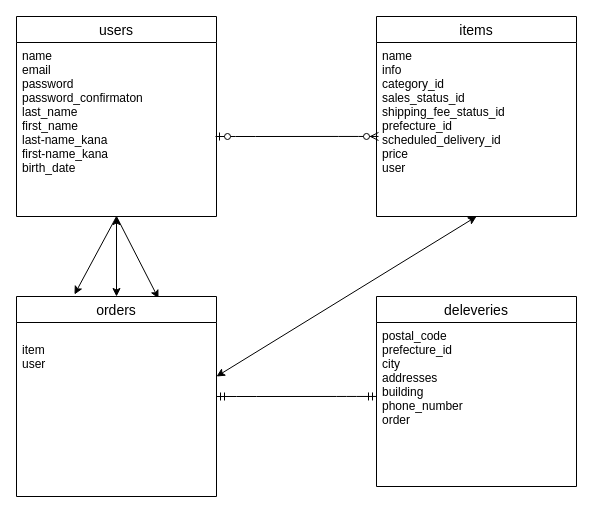
This is page "ページ1" (1 of 2) of test.dio from atumaru/furima-33939, a draw.io file, before an edit. Source tidied: cells renumbered, new cells numbered last; positions are measured from the earlier drawing's top-left corner, leaving out a move shared by most shapes. Both pictures are drawn from the tidied source at 100%, with x=0, y=0 at pixel (16, 16).
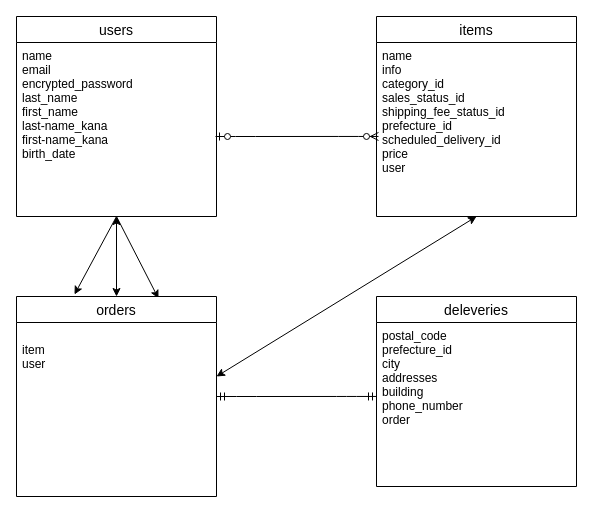
The same diagram, later.

Unchanged cells that the change refers to:
```xml
<mxCell id="4" value="users" style="swimlane;fontStyle=0;horizontal=1;startSize=26;align=center;fontSize=14;" parent="1" vertex="1">
  <mxGeometry width="200" height="200" as="geometry" />
</mxCell>
```

The edit, as a diff of the source:
```diff
@@
-    <mxCell id="5" value="name&#10;email&#10;password&#10;password_confirmaton&#10;last_name&#10;first_name&#10;last-name_kana&#10;first-name_kana&#10;birth_date&#10;" style="text;strokeColor=none;fillColor=none;spacingLeft=4;spacingRight=4;overflow=hidden;fontSize=12;" parent="4" vertex="1">
+    <mxCell id="5" value="name&#10;email&#10;encrypted_password&#10;last_name&#10;first_name&#10;last-name_kana&#10;first-name_kana&#10;birth_date&#10;" style="text;strokeColor=none;fillColor=none;spacingLeft=4;spacingRight=4;overflow=hidden;fontSize=12;" parent="4" vertex="1">
       <mxGeometry y="26" width="200" height="174" as="geometry" />
     </mxCell>
```
